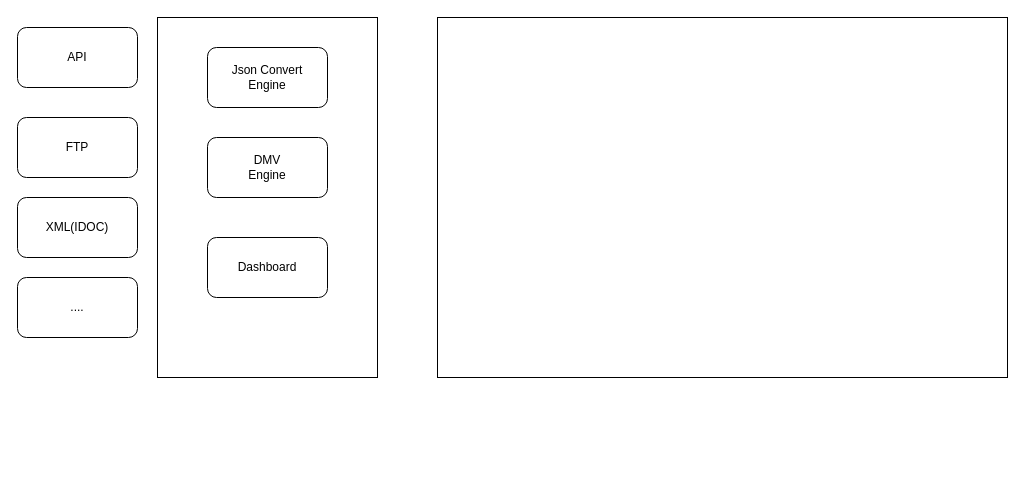
AlexWang-CN/design-with-drawio keeps this draw.io diagram as page "架构总览" (2 of 3) of Untitled Diagram.drawio. Above is the earlier version. Source tidied: cells renumbered, new cells numbered last; positions are measured from the earlier drawing's top-left corner, leaving out a move shared by most shapes. Both pictures are drawn from the tidied source at 100%, with x=0, y=0 at pixel (17, 17).
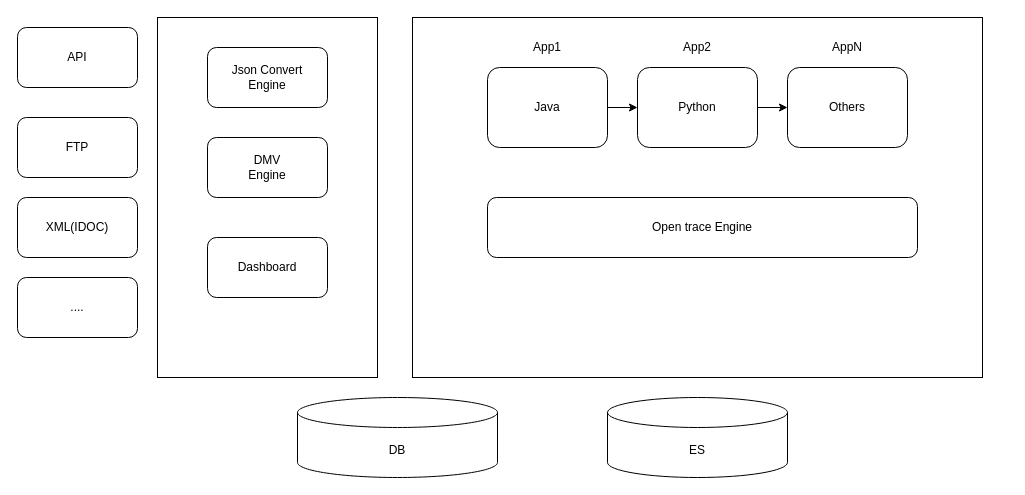
The same page after the edit.

Change to the diagram source:
```diff
@@
     <mxCell id="10" style="rounded=0;whiteSpace=wrap;html=1;" parent="1" vertex="1">
-      <mxGeometry x="420" width="570" height="360" as="geometry" />
+      <mxGeometry x="395" width="570" height="360" as="geometry" />
     </mxCell>
+    <mxCell id="11" style="edgeStyle=orthogonalEdgeStyle;rounded=0;jettySize=auto;html=1;" parent="1" edge="1" source="12" target="15">
+      <mxGeometry relative="1" as="geometry" />
+    </mxCell>
+    <mxCell id="12" value="Java" style="rounded=1;whiteSpace=wrap;html=1;" parent="1" vertex="1">
+      <mxGeometry x="470" y="50" width="120" height="80" as="geometry" />
+    </mxCell>
+    <mxCell id="13" value="App1" style="text;html=1;strokeColor=none;fillColor=none;align=center;verticalAlign=middle;whiteSpace=wrap;rounded=0;" parent="1" vertex="1">
+      <mxGeometry x="510" y="20" width="40" height="20" as="geometry" />
+    </mxCell>
+    <mxCell id="14" style="edgeStyle=orthogonalEdgeStyle;rounded=0;jettySize=auto;html=1;" parent="1" edge="1" source="15" target="17">
+      <mxGeometry relative="1" as="geometry" />
+    </mxCell>
+    <mxCell id="15" value="Python" style="rounded=1;whiteSpace=wrap;html=1;" parent="1" vertex="1">
+      <mxGeometry x="620" y="50" width="120" height="80" as="geometry" />
+    </mxCell>
+    <mxCell id="16" value="App2" style="text;html=1;strokeColor=none;fillColor=none;align=center;verticalAlign=middle;whiteSpace=wrap;rounded=0;" parent="1" vertex="1">
+      <mxGeometry x="660" y="20" width="40" height="20" as="geometry" />
+    </mxCell>
+    <mxCell id="17" value="Others" style="rounded=1;whiteSpace=wrap;html=1;" parent="1" vertex="1">
+      <mxGeometry x="770" y="50" width="120" height="80" as="geometry" />
+    </mxCell>
+    <mxCell id="18" value="AppN" style="text;html=1;strokeColor=none;fillColor=none;align=center;verticalAlign=middle;whiteSpace=wrap;rounded=0;" parent="1" vertex="1">
+      <mxGeometry x="810" y="20" width="40" height="20" as="geometry" />
+    </mxCell>
+    <mxCell id="19" value="Open trace Engine" style="rounded=1;whiteSpace=wrap;html=1;" parent="1" vertex="1">
+      <mxGeometry x="470" y="180" width="430" height="60" as="geometry" />
+    </mxCell>
+    <mxCell id="20" value="DB" style="shape=cylinder3;whiteSpace=wrap;html=1;boundedLbl=1;backgroundOutline=1;size=15;" parent="1" vertex="1">
+      <mxGeometry x="280" y="380" width="200" height="80" as="geometry" />
+    </mxCell>
+    <mxCell id="21" value="ES" style="shape=cylinder3;whiteSpace=wrap;html=1;boundedLbl=1;backgroundOutline=1;size=15;" parent="1" vertex="1">
+      <mxGeometry x="590" y="380" width="180" height="80" as="geometry" />
+    </mxCell>
```
